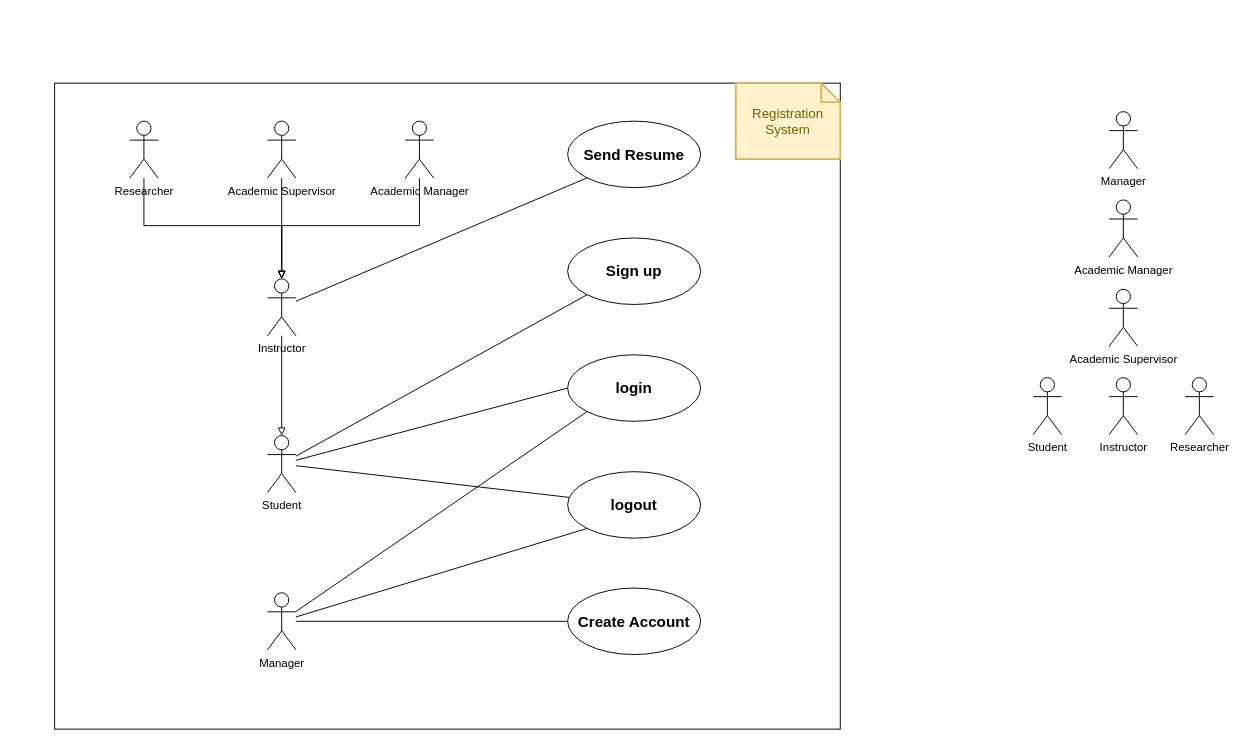
Before: academic_compass.drawio in YAMANX8/UML, a draw.io diagram. Source tidied: cells renumbered, new cells numbered last; positions are measured from the earlier drawing's top-left corner, leaving out a move shared by most shapes. Both pictures are drawn from the tidied source at 95%, with x=0, y=0 at pixel (54, 83).
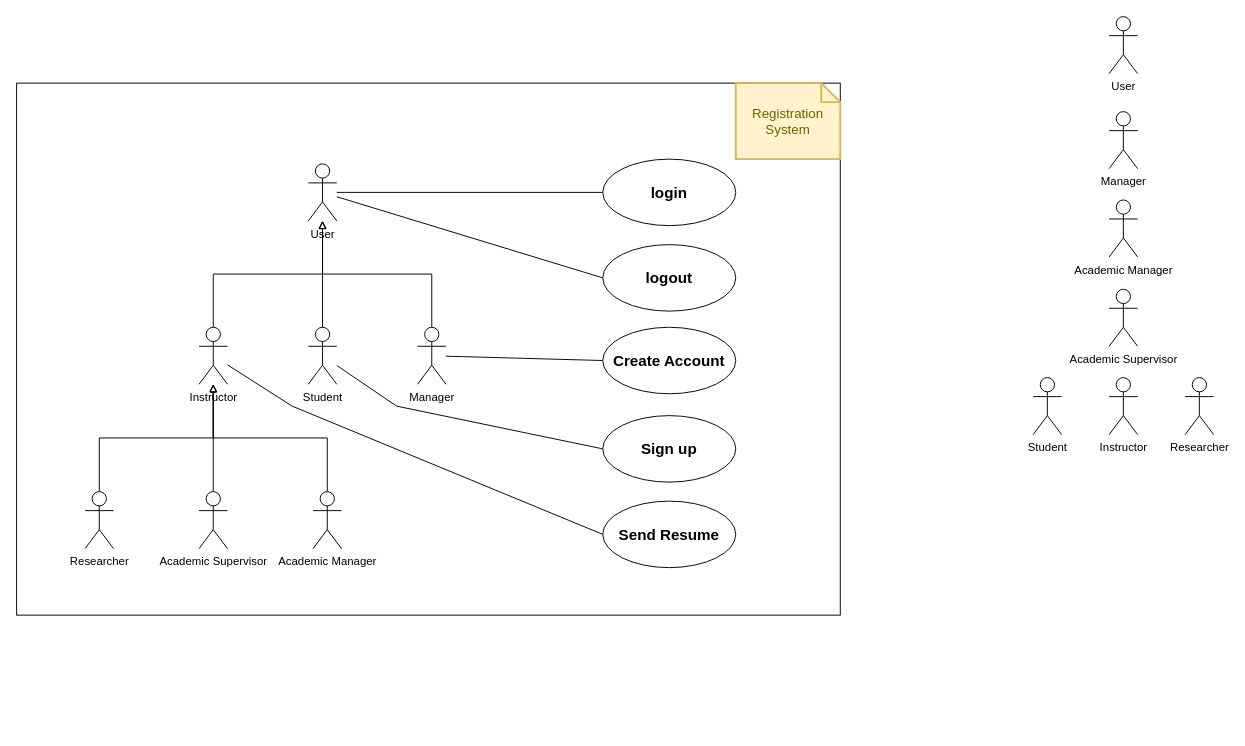
Above is the later version.

Change to the diagram source:
```diff
@@
-    <mxCell id="2" style="rounded=0;whiteSpace=wrap;html=1;fillColor=none;" parent="1" vertex="1">
-      <mxGeometry width="827" height="680" as="geometry" />
+    <mxCell id="2" style="rounded=0;whiteSpace=wrap;html=1;" parent="1" vertex="1">
+      <mxGeometry x="-40" width="867" height="560" as="geometry" />
     </mxCell>
@@
     <mxCell id="4" value="login" style="ellipse;whiteSpace=wrap;html=1;fontSize=16;fontStyle=1;flipV=0;" parent="1" vertex="1">
-      <mxGeometry x="540" y="286" width="140" height="70" as="geometry" />
+      <mxGeometry x="577" y="80" width="140" height="70" as="geometry" />
     </mxCell>
     <mxCell id="5" value="Sign up" style="ellipse;whiteSpace=wrap;html=1;fontSize=16;fontStyle=1;flipV=0;" parent="1" vertex="1">
-      <mxGeometry x="540" y="163" width="140" height="70" as="geometry" />
+      <mxGeometry x="577" y="350" width="140" height="70" as="geometry" />
     </mxCell>
     <mxCell id="6" value="&lt;span style=&quot;font-size: 16px;&quot;&gt;&lt;span style=&quot;font-size: 16px;&quot;&gt;Send Resume&lt;/span&gt;&lt;/span&gt;" style="ellipse;whiteSpace=wrap;html=1;fontSize=16;fontStyle=1;flipV=0;" parent="1" vertex="1">
-      <mxGeometry x="540" y="40" width="140" height="70" as="geometry" />
+      <mxGeometry x="577" y="440" width="140" height="70" as="geometry" />
     </mxCell>
     <mxCell id="7" value="logout" style="ellipse;whiteSpace=wrap;html=1;fontSize=16;fontStyle=1;flipV=0;" parent="1" vertex="1">
-      <mxGeometry x="540" y="409" width="140" height="70" as="geometry" />
+      <mxGeometry x="577" y="170" width="140" height="70" as="geometry" />
     </mxCell>
@@
-    <mxCell id="15" style="edgeStyle=none;shape=connector;rounded=0;jettySize=auto;html=1;entryX=0;entryY=1;entryDx=0;entryDy=0;labelBackgroundColor=default;strokeColor=default;align=center;verticalAlign=middle;fontFamily=Helvetica;fontSize=11;fontColor=default;endArrow=none;endFill=0;elbow=vertical;" parent="1" edge="1" source="18" target="4">
-      <mxGeometry relative="1" as="geometry" />
-    </mxCell>
-    <mxCell id="16" style="edgeStyle=none;shape=connector;rounded=0;jettySize=auto;html=1;entryX=0;entryY=1;entryDx=0;entryDy=0;labelBackgroundColor=default;strokeColor=default;align=center;verticalAlign=middle;fontFamily=Helvetica;fontSize=11;fontColor=default;endArrow=none;endFill=0;elbow=vertical;" parent="1" edge="1" source="18" target="7">
-      <mxGeometry relative="1" as="geometry" />
-    </mxCell>
-    <mxCell id="17" style="edgeStyle=none;shape=connector;rounded=0;jettySize=auto;html=1;entryX=0;entryY=0.5;entryDx=0;entryDy=0;labelBackgroundColor=default;strokeColor=default;align=center;verticalAlign=middle;fontFamily=Helvetica;fontSize=11;fontColor=default;endArrow=none;endFill=0;elbow=vertical;" parent="1" edge="1" source="18" target="29">
+    <mxCell id="17" style="edgeStyle=none;shape=connector;rounded=0;jettySize=auto;html=1;labelBackgroundColor=default;strokeColor=default;align=center;verticalAlign=middle;fontFamily=Helvetica;fontSize=11;fontColor=default;endArrow=none;endFill=0;entryX=0;entryY=0.5;entryDx=0;entryDy=0;" parent="1" edge="1" source="18" target="29">
       <mxGeometry relative="1" as="geometry" />
     </mxCell>
-    <mxCell id="18" value="Manager" style="shape=umlActor;verticalLabelPosition=bottom;verticalAlign=top;html=1;outlineConnect=0;" parent="1" vertex="1">
-      <mxGeometry x="224" y="536.5" width="30" height="60" as="geometry" />
-    </mxCell>
+    <mxCell id="34" style="edgeStyle=orthogonalEdgeStyle;shape=connector;rounded=0;jettySize=auto;html=1;exitX=0.5;exitY=0;exitDx=0;exitDy=0;exitPerimeter=0;labelBackgroundColor=default;strokeColor=default;align=center;verticalAlign=middle;fontFamily=Helvetica;fontSize=11;fontColor=default;endArrow=block;endFill=0;" parent="1" edge="1" source="18" target="40">
+      <mxGeometry relative="1" as="geometry" />
+    </mxCell>
-    <mxCell id="19" style="edgeStyle=none;shape=connector;rounded=0;jettySize=auto;html=1;entryX=0;entryY=1;entryDx=0;entryDy=0;labelBackgroundColor=default;strokeColor=default;align=center;verticalAlign=middle;fontFamily=Helvetica;fontSize=11;fontColor=default;endArrow=none;endFill=0;elbow=vertical;" parent="1" edge="1" source="20" target="6">
-      <mxGeometry relative="1" as="geometry" />
+    <mxCell id="19" style="edgeStyle=none;shape=connector;rounded=0;jettySize=auto;html=1;entryX=0;entryY=0.5;entryDx=0;entryDy=0;labelBackgroundColor=default;strokeColor=default;align=center;verticalAlign=middle;fontFamily=Helvetica;fontSize=11;fontColor=default;endArrow=none;endFill=0;" parent="1" edge="1" source="20" target="6">
+      <mxGeometry relative="1" as="geometry">
+        <Array as="points">
+          <mxPoint x="250" y="340" />
+        </Array>
+      </mxGeometry>
     </mxCell>
-    <mxCell id="20" value="Instructor" style="shape=umlActor;verticalLabelPosition=bottom;verticalAlign=top;html=1;outlineConnect=0;" parent="1" vertex="1">
-      <mxGeometry x="224" y="206" width="30" height="60" as="geometry" />
-    </mxCell>
-    <mxCell id="21" style="rounded=0;jettySize=auto;html=1;elbow=vertical;endArrow=none;endFill=0;" parent="1" edge="1" source="24" target="7">
-      <mxGeometry relative="1" as="geometry" />
-    </mxCell>
-    <mxCell id="22" style="edgeStyle=none;shape=connector;rounded=0;jettySize=auto;html=1;entryX=0;entryY=0.5;entryDx=0;entryDy=0;labelBackgroundColor=default;strokeColor=default;align=center;verticalAlign=middle;fontFamily=Helvetica;fontSize=11;fontColor=default;endArrow=none;endFill=0;elbow=vertical;" parent="1" edge="1" source="24" target="4">
-      <mxGeometry relative="1" as="geometry" />
-    </mxCell>
+    <mxCell id="35" style="edgeStyle=orthogonalEdgeStyle;shape=connector;rounded=0;jettySize=auto;html=1;exitX=0.5;exitY=0;exitDx=0;exitDy=0;exitPerimeter=0;labelBackgroundColor=default;strokeColor=default;align=center;verticalAlign=middle;fontFamily=Helvetica;fontSize=11;fontColor=default;endArrow=block;endFill=0;" parent="1" edge="1" source="20" target="40">
+      <mxGeometry relative="1" as="geometry" />
+    </mxCell>
-    <mxCell id="23" style="edgeStyle=none;shape=connector;rounded=0;jettySize=auto;html=1;entryX=0;entryY=1;entryDx=0;entryDy=0;labelBackgroundColor=default;strokeColor=default;align=center;verticalAlign=middle;fontFamily=Helvetica;fontSize=11;fontColor=default;endArrow=none;endFill=0;elbow=vertical;" parent="1" edge="1" source="24" target="5">
-      <mxGeometry relative="1" as="geometry" />
+    <mxCell id="23" style="edgeStyle=none;shape=connector;rounded=0;jettySize=auto;html=1;entryX=0;entryY=0.5;entryDx=0;entryDy=0;labelBackgroundColor=default;strokeColor=default;align=center;verticalAlign=middle;fontFamily=Helvetica;fontSize=11;fontColor=default;endArrow=none;endFill=0;" parent="1" edge="1" source="24" target="5">
+      <mxGeometry relative="1" as="geometry">
+        <Array as="points">
+          <mxPoint x="360" y="340" />
+        </Array>
+      </mxGeometry>
     </mxCell>
-    <mxCell id="24" value="Student" style="shape=umlActor;verticalLabelPosition=bottom;verticalAlign=top;html=1;outlineConnect=0;" parent="1" vertex="1">
-      <mxGeometry x="224" y="371" width="30" height="60" as="geometry" />
-    </mxCell>
-    <mxCell id="25" style="edgeStyle=none;shape=connector;rounded=0;jettySize=auto;html=1;entryX=0.5;entryY=0;entryDx=0;entryDy=0;entryPerimeter=0;labelBackgroundColor=default;strokeColor=default;align=center;verticalAlign=middle;fontFamily=Helvetica;fontSize=11;fontColor=default;endArrow=block;endFill=0;elbow=vertical;" parent="1" edge="1" source="20" target="24">
-      <mxGeometry relative="1" as="geometry" />
-    </mxCell>
+    <mxCell id="36" style="edgeStyle=orthogonalEdgeStyle;shape=connector;rounded=0;jettySize=auto;html=1;exitX=0.5;exitY=0;exitDx=0;exitDy=0;exitPerimeter=0;labelBackgroundColor=default;strokeColor=default;align=center;verticalAlign=middle;fontFamily=Helvetica;fontSize=11;fontColor=default;endArrow=block;endFill=0;" parent="1" edge="1" source="24" target="40">
+      <mxGeometry relative="1" as="geometry" />
+    </mxCell>
+    <mxCell id="29" value="Create Account" style="ellipse;whiteSpace=wrap;html=1;fontSize=16;fontStyle=1;flipV=0;" parent="1" vertex="1">
+      <mxGeometry x="577" y="257" width="140" height="70" as="geometry" />
+    </mxCell>
+    <mxCell id="37" value="User" style="shape=umlActor;verticalLabelPosition=bottom;verticalAlign=top;html=1;" parent="1" vertex="1">
+      <mxGeometry x="1110" y="-70" width="30" height="60" as="geometry" />
+    </mxCell>
+    <mxCell id="38" style="rounded=0;jettySize=auto;html=1;endArrow=none;endFill=0;" parent="1" edge="1" source="40" target="4">
+      <mxGeometry relative="1" as="geometry" />
+    </mxCell>
+    <mxCell id="39" style="edgeStyle=none;shape=connector;rounded=0;jettySize=auto;html=1;entryX=0;entryY=0.5;entryDx=0;entryDy=0;labelBackgroundColor=default;strokeColor=default;align=center;verticalAlign=middle;fontFamily=Helvetica;fontSize=11;fontColor=default;endArrow=none;endFill=0;" parent="1" edge="1" source="40" target="7">
+      <mxGeometry relative="1" as="geometry" />
+    </mxCell>
+    <mxCell id="40" value="User" style="shape=umlActor;verticalLabelPosition=bottom;verticalAlign=top;html=1;outlineConnect=0;" parent="1" vertex="1">
+      <mxGeometry x="267" y="85" width="30" height="60" as="geometry" />
+    </mxCell>
+    <mxCell id="28" style="edgeStyle=orthogonalEdgeStyle;rounded=0;jettySize=auto;html=1;exitX=0.5;exitY=0;exitDx=0;exitDy=0;exitPerimeter=0;endArrow=block;endFill=0;" parent="1" edge="1" source="33" target="20">
+      <mxGeometry relative="1" as="geometry" />
+    </mxCell>
-    <mxCell id="26" style="shape=connector;rounded=0;jettySize=auto;html=1;entryX=0.5;entryY=0;entryDx=0;entryDy=0;entryPerimeter=0;labelBackgroundColor=default;strokeColor=default;align=center;verticalAlign=middle;fontFamily=Helvetica;fontSize=11;fontColor=default;endArrow=block;endFill=0;elbow=vertical;edgeStyle=orthogonalEdgeStyle;" parent="1" edge="1" source="32" target="20">
-      <mxGeometry relative="1" as="geometry">
-        <Array as="points">
-          <mxPoint x="384" y="150" />
-          <mxPoint x="239" y="150" />
-        </Array>
-      </mxGeometry>
+    <mxCell id="26" style="edgeStyle=orthogonalEdgeStyle;shape=connector;rounded=0;jettySize=auto;html=1;exitX=0.5;exitY=0;exitDx=0;exitDy=0;exitPerimeter=0;labelBackgroundColor=default;strokeColor=default;align=center;verticalAlign=middle;fontFamily=Helvetica;fontSize=11;fontColor=default;endArrow=block;endFill=0;" parent="1" edge="1" source="32" target="20">
+      <mxGeometry relative="1" as="geometry" />
     </mxCell>
-    <mxCell id="27" style="shape=connector;rounded=0;jettySize=auto;html=1;entryX=0.5;entryY=0;entryDx=0;entryDy=0;entryPerimeter=0;labelBackgroundColor=default;strokeColor=default;align=center;verticalAlign=middle;fontFamily=Helvetica;fontSize=11;fontColor=default;endArrow=block;endFill=0;elbow=vertical;edgeStyle=orthogonalEdgeStyle;" parent="1" edge="1" source="31" target="20">
+    <mxCell id="27" style="edgeStyle=orthogonalEdgeStyle;shape=connector;rounded=0;jettySize=auto;html=1;exitX=0.5;exitY=0;exitDx=0;exitDy=0;exitPerimeter=0;labelBackgroundColor=default;strokeColor=default;align=center;verticalAlign=middle;fontFamily=Helvetica;fontSize=11;fontColor=default;endArrow=block;endFill=0;" parent="1" edge="1" source="31" target="20">
       <mxGeometry relative="1" as="geometry" />
     </mxCell>
-    <mxCell id="28" style="shape=connector;rounded=0;jettySize=auto;html=1;entryX=0.5;entryY=0;entryDx=0;entryDy=0;entryPerimeter=0;labelBackgroundColor=default;strokeColor=default;align=center;verticalAlign=middle;fontFamily=Helvetica;fontSize=11;fontColor=default;endArrow=block;endFill=0;elbow=vertical;edgeStyle=orthogonalEdgeStyle;" parent="1" edge="1" source="33" target="20">
-      <mxGeometry relative="1" as="geometry">
-        <Array as="points">
-          <mxPoint x="94" y="150" />
-          <mxPoint x="239" y="150" />
-        </Array>
-      </mxGeometry>
-    </mxCell>
-    <mxCell id="29" value="Create Account" style="ellipse;whiteSpace=wrap;html=1;fontSize=16;fontStyle=1;flipV=0;" parent="1" vertex="1">
-      <mxGeometry x="540" y="531.5" width="140" height="70" as="geometry" />
-    </mxCell>
-    <mxCell id="30" style="group;" parent="1" vertex="1">
-      <mxGeometry x="79" y="40" width="320" height="60" as="geometry" />
-    </mxCell>
+    <mxCell id="41" style="group;" parent="1" vertex="1">
+      <mxGeometry x="32" y="430" width="270" height="60" as="geometry" />
+    </mxCell>
-    <mxCell id="31" value="Academic Supervisor" style="shape=umlActor;verticalLabelPosition=bottom;verticalAlign=top;html=1;outlineConnect=0;" parent="30" vertex="1">
-      <mxGeometry x="145" width="30" height="60" as="geometry" />
+    <mxCell id="31" value="Academic Supervisor" style="shape=umlActor;verticalLabelPosition=bottom;verticalAlign=top;html=1;outlineConnect=0;" parent="41" vertex="1">
+      <mxGeometry x="120" width="30" height="60" as="geometry" />
     </mxCell>
-    <mxCell id="32" value="Academic Manager" style="shape=umlActor;verticalLabelPosition=bottom;verticalAlign=top;html=1;outlineConnect=0;" parent="30" vertex="1">
-      <mxGeometry x="290" width="30" height="60" as="geometry" />
+    <mxCell id="32" value="Academic Manager" style="shape=umlActor;verticalLabelPosition=bottom;verticalAlign=top;html=1;outlineConnect=0;" parent="41" vertex="1">
+      <mxGeometry x="240" width="30" height="60" as="geometry" />
     </mxCell>
-    <mxCell id="33" value="Researcher" style="shape=umlActor;verticalLabelPosition=bottom;verticalAlign=top;html=1;outlineConnect=0;" parent="30" vertex="1">
+    <mxCell id="33" value="Researcher" style="shape=umlActor;verticalLabelPosition=bottom;verticalAlign=top;html=1;outlineConnect=0;" parent="41" vertex="1">
       <mxGeometry width="30" height="60" as="geometry" />
     </mxCell>
+    <mxCell id="18" value="Manager" style="shape=umlActor;verticalLabelPosition=bottom;verticalAlign=top;html=1;outlineConnect=0;" parent="1" vertex="1">
+      <mxGeometry x="382" y="257" width="30" height="60" as="geometry" />
+    </mxCell>
+    <mxCell id="20" value="Instructor" style="shape=umlActor;verticalLabelPosition=bottom;verticalAlign=top;html=1;outlineConnect=0;" parent="1" vertex="1">
+      <mxGeometry x="152" y="257" width="30" height="60" as="geometry" />
+    </mxCell>
+    <mxCell id="24" value="Student" style="shape=umlActor;verticalLabelPosition=bottom;verticalAlign=top;html=1;outlineConnect=0;" parent="1" vertex="1">
+      <mxGeometry x="267" y="257" width="30" height="60" as="geometry" />
+    </mxCell>
```
